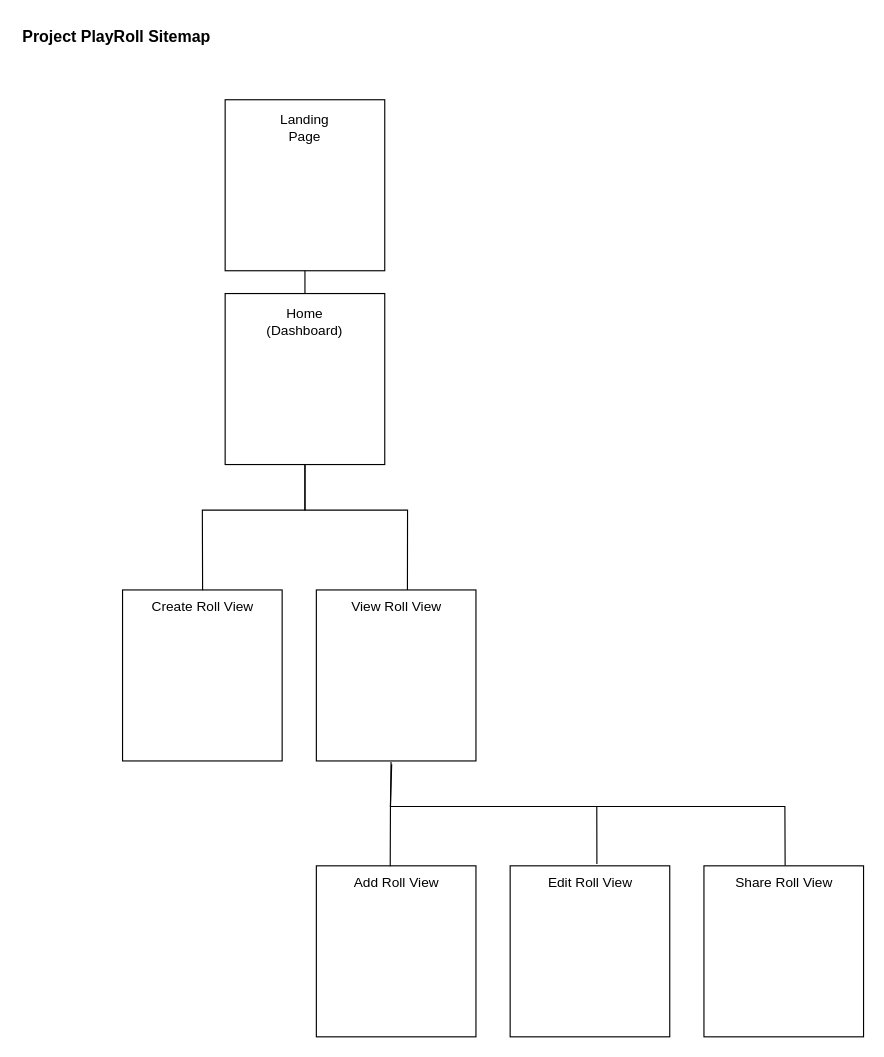
The draw.io diagram page "Sitemap" (1 of 2) of sitemap_sprint1.drawio in FlintSable/Playroll, before the edit. Source tidied: cells renumbered, new cells numbered last; positions are measured from the earlier drawing's top-left corner, leaving out a move shared by most shapes. Both pictures are drawn from the tidied source at 114%, with x=0, y=0 at pixel (19, 19).
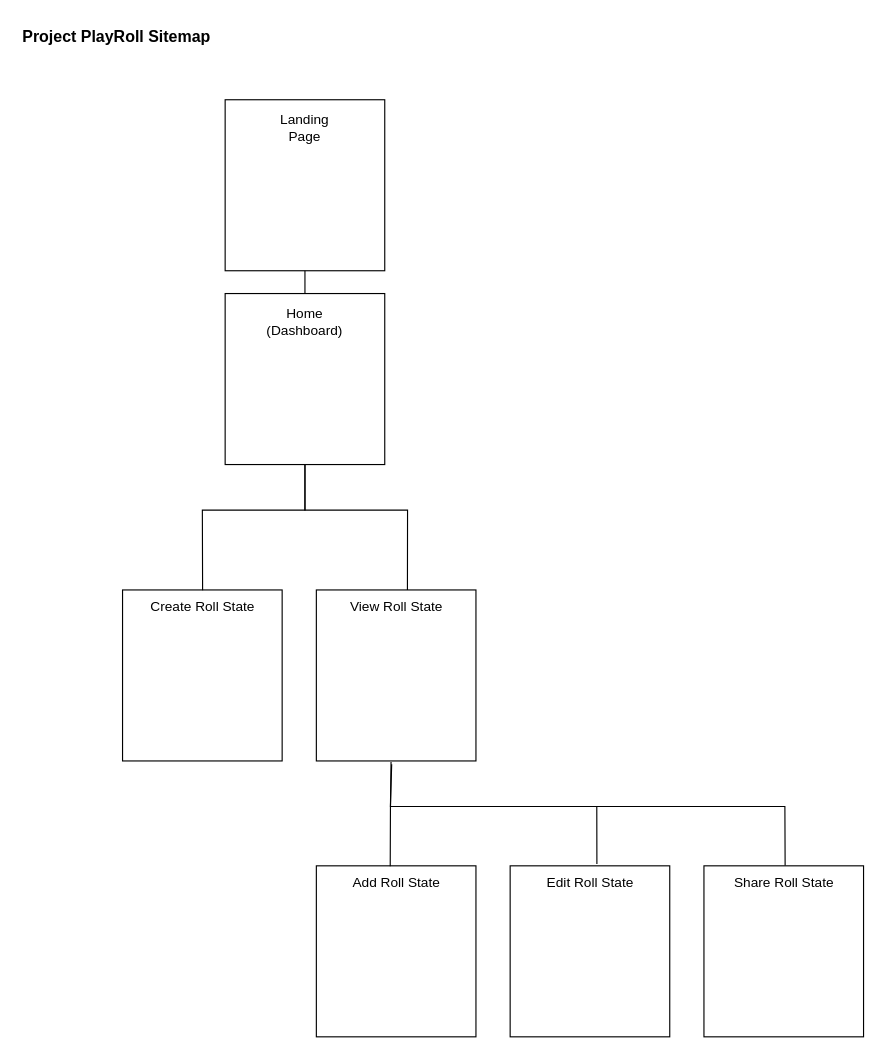
The same diagram, later.

The edit, as a diff of the source:
```diff
@@
-    <mxCell id="6" value="Create Roll View" style="text;html=1;align=center;verticalAlign=middle;points=[];strokeColor=none;fillColor=none;" parent="1" vertex="1">
+    <mxCell id="6" value="Create Roll State" style="text;html=1;align=center;verticalAlign=middle;points=[];strokeColor=none;fillColor=none;" parent="1" vertex="1">
       <mxGeometry x="105" y="500" width="110" height="30" as="geometry" />
     </mxCell>
@@
-    <mxCell id="8" value="View Roll View" style="text;html=1;align=center;verticalAlign=middle;points=[];strokeColor=none;fillColor=none;" parent="1" vertex="1">
+    <mxCell id="8" value="View Roll State" style="text;html=1;align=center;verticalAlign=middle;points=[];strokeColor=none;fillColor=none;" parent="1" vertex="1">
       <mxGeometry x="280" y="500" width="100" height="30" as="geometry" />
     </mxCell>
@@
-    <mxCell id="10" value="Add Roll View" style="text;html=1;align=center;verticalAlign=middle;points=[];strokeColor=none;fillColor=none;" parent="1" vertex="1">
+    <mxCell id="10" value="Add Roll State" style="text;html=1;align=center;verticalAlign=middle;points=[];strokeColor=none;fillColor=none;" parent="1" vertex="1">
       <mxGeometry x="280" y="742" width="100" height="30" as="geometry" />
     </mxCell>
@@
-    <mxCell id="12" value="Edit Roll View" style="text;html=1;align=center;verticalAlign=middle;strokeColor=none;fillColor=none;" parent="1" vertex="1">
+    <mxCell id="12" value="Edit Roll State" style="text;html=1;align=center;verticalAlign=middle;strokeColor=none;fillColor=none;" parent="1" vertex="1">
       <mxGeometry x="450" y="742" width="100" height="30" as="geometry" />
     </mxCell>
@@
-    <mxCell id="14" value="Share Roll View" style="text;html=1;align=center;verticalAlign=middle;points=[];strokeColor=none;fillColor=none;" parent="1" vertex="1">
+    <mxCell id="14" value="Share Roll State" style="text;html=1;align=center;verticalAlign=middle;points=[];strokeColor=none;fillColor=none;" parent="1" vertex="1">
       <mxGeometry x="615" y="742" width="110" height="30" as="geometry" />
     </mxCell>
```
